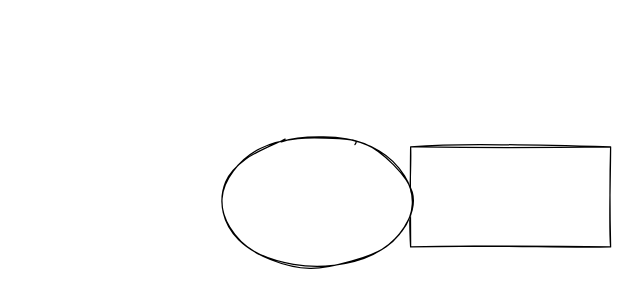
The draw.io diagram Untitled Diagram.drawio in sumeyyesimsek01/C-Dersi, before the edit. Source tidied: cells renumbered, new cells numbered last; positions are measured from the earlier drawing's top-left corner, leaving out a move shared by most shapes. Both pictures are drawn from the tidied source at 125%, with x=0, y=0 at pixel (216, 139).
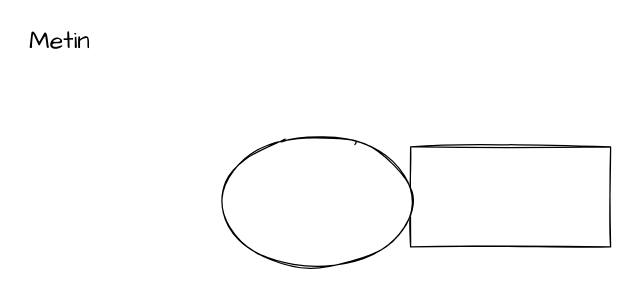
The same page after the edit.

The edit, as a diff of the source:
```diff
@@
 <mxGraphModel>
   <root>
     <mxCell id="0" />
     <mxCell id="1" parent="0" />
     <mxCell id="2" style="rounded=0;whiteSpace=wrap;html=1;sketch=1;hachureGap=4;fontFamily=Architects Daughter;fontSize=20;" parent="1" vertex="1">
       <mxGeometry x="155" y="6" width="160" height="80" as="geometry" />
     </mxCell>
     <mxCell id="3" style="ellipse;whiteSpace=wrap;html=1;sketch=1;hachureGap=4;fontFamily=Architects Daughter;fontSize=20;" parent="1" vertex="1">
       <mxGeometry width="160" height="100" as="geometry" />
     </mxCell>
+    <mxCell id="4" value="Metin" style="text;html=1;align=center;verticalAlign=middle;strokeColor=none;sketch=1;hachureGap=4;fontFamily=Architects Daughter;fontSize=20;" parent="1" vertex="1">
+      <mxGeometry x="-156" y="-94" width="59" height="28" as="geometry" />
+    </mxCell>
   </root>
 </mxGraphModel>
```
